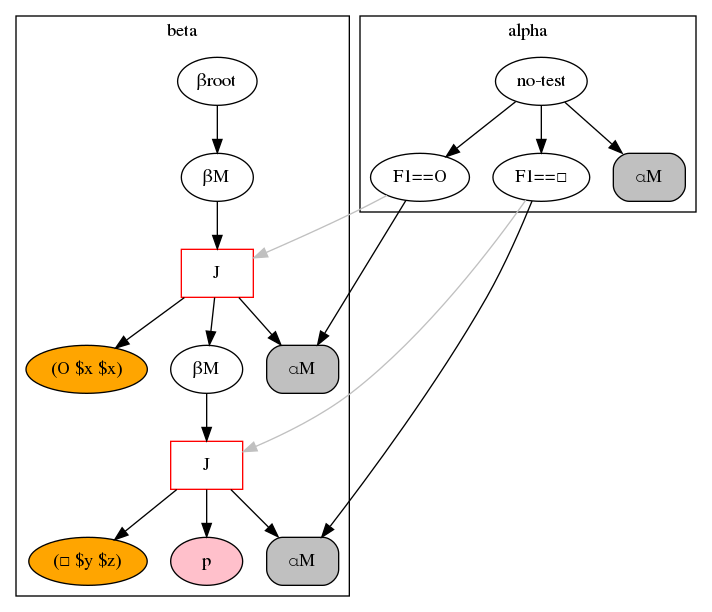
Before: rete.png, a diagram exported from Graphviz (Cybernetic1/GIRL). Its source is kept beside it as rete.dot.
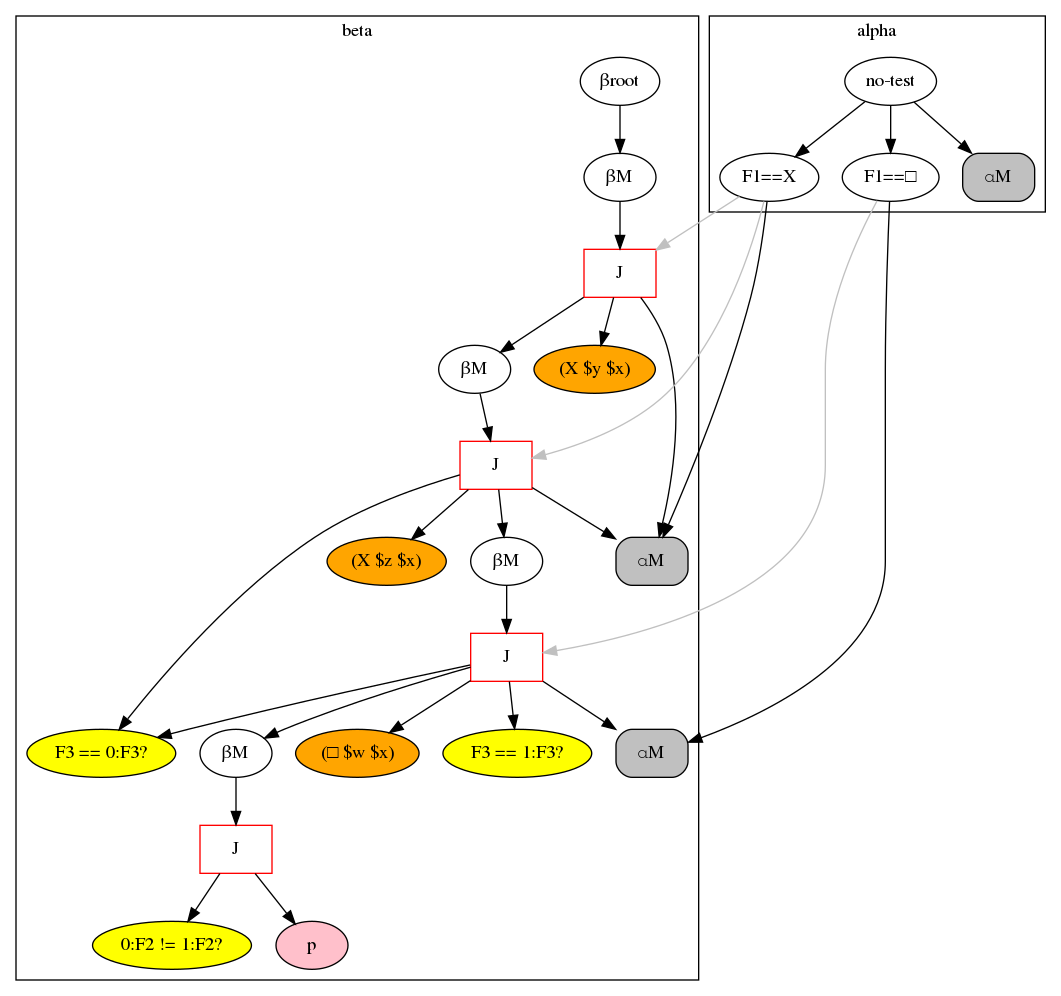
Later version of the same file.

What changed in the source:
```diff
@@ -1,35 +1,55 @@
 digraph {
 	subgraph cluster_1 {
 	label = beta
-	"BetaNode 140371494471944" [label="βroot"];
-	"BetaNode 140371494471944" -> "BetaMemory 140371494583040";
-	"BetaMemory 140371494583040" [label="βM"];
-	"BetaMemory 140371494583040" -> "JoinNode 140371494583264";
-	"JoinNode 140371494583264" [shape=box,color=red,label="J"];
-	"JoinNode 140371494583264" -> "⍺M:<rete.alpha.AlphaMemory object at 0x7faac9123ba8>"
-	"(O $x $x)" [style=filled,fillcolor=orange];
-	"JoinNode 140371494583264" -> "(O $x $x)"
-	"JoinNode 140371494583264" -> "BetaMemory 140371494583320";
-	"BetaMemory 140371494583320" [label="βM"];
-	"BetaMemory 140371494583320" -> "JoinNode 140371494583488";
-	"JoinNode 140371494583488" [shape=box,color=red,label="J"];
-	"JoinNode 140371494583488" -> "⍺M:<rete.alpha.AlphaMemory object at 0x7faac9123c88>"
-	"(□ $y $z)" [style=filled,fillcolor=orange];
-	"JoinNode 140371494583488" -> "(□ $y $z)"
-	"JoinNode 140371494583488" -> "PNode 140371494582984";
-	"PNode 140371494582984" [style=filled,fillcolor=pink,label="p"];
+	"BetaNode 0x7f88fab41da0" [label="βroot"];
+	"BetaNode 0x7f88fab41da0" -> "BetaMemory 0x7f88fab0dac8";
+	"BetaMemory 0x7f88fab0dac8" [label="βM"];
+	"BetaMemory 0x7f88fab0dac8" -> "JoinNode 0x7f88fab0dba8";
+	"JoinNode 0x7f88fab0dba8" [shape=box,color=red,label="J"];
+	"JoinNode 0x7f88fab0dba8" -> "⍺M:<rete.alpha.AlphaMemory object at 0x7f88fab0db70>"
+	"(X $y $x)" [style=filled,fillcolor=orange];
+	"JoinNode 0x7f88fab0dba8" -> "(X $y $x)"
+	"JoinNode 0x7f88fab0dba8" -> "BetaMemory 0x7f88fab0dbe0";
+	"BetaMemory 0x7f88fab0dbe0" [label="βM"];
+	"BetaMemory 0x7f88fab0dbe0" -> "JoinNode 0x7f88fab0dc18";
+	"JoinNode 0x7f88fab0dc18" [shape=box,color=red,label="J"];
+	"JoinNode 0x7f88fab0dc18" -> "⍺M:<rete.alpha.AlphaMemory object at 0x7f88fab0db70>"
+	"(X $z $x)" [style=filled,fillcolor=orange];
+	"JoinNode 0x7f88fab0dc18" -> "(X $z $x)"
+	"F3 == 0:F3?" [style=filled,fillcolor=yellow];
+	"JoinNode 0x7f88fab0dc18" -> "F3 == 0:F3?"
+	"JoinNode 0x7f88fab0dc18" -> "BetaMemory 0x7f88fab0dc50";
+	"BetaMemory 0x7f88fab0dc50" [label="βM"];
+	"BetaMemory 0x7f88fab0dc50" -> "JoinNode 0x7f88fab0dda0";
+	"JoinNode 0x7f88fab0dda0" [shape=box,color=red,label="J"];
+	"JoinNode 0x7f88fab0dda0" -> "⍺M:<rete.alpha.AlphaMemory object at 0x7f88fab0dcf8>"
+	"(□ $w $x)" [style=filled,fillcolor=orange];
+	"JoinNode 0x7f88fab0dda0" -> "(□ $w $x)"
+	"F3 == 0:F3?" [style=filled,fillcolor=yellow];
+	"JoinNode 0x7f88fab0dda0" -> "F3 == 0:F3?"
+	"F3 == 1:F3?" [style=filled,fillcolor=yellow];
+	"JoinNode 0x7f88fab0dda0" -> "F3 == 1:F3?"
+	"JoinNode 0x7f88fab0dda0" -> "BetaMemory 0x7f88fab0ddd8";
+	"BetaMemory 0x7f88fab0ddd8" [label="βM"];
+	"BetaMemory 0x7f88fab0ddd8" -> "JoinNode 0x7f88fab0de10";
+	"JoinNode 0x7f88fab0de10" [shape=box,color=red,label="J"];
+	"0:F2 != 1:F2?" [style=filled,fillcolor=yellow];
+	"JoinNode 0x7f88fab0de10" -> "0:F2 != 1:F2?"
+	"JoinNode 0x7f88fab0de10" -> "PNode 0x7f88fab0da90";
+	"PNode 0x7f88fab0da90" [style=filled,fillcolor=pink,label="p"];
 	}
 	subgraph cluster_0 {
 	label = alpha
-	"no-test" -> "F1==O";
-	"F1==O" -> "⍺M:<rete.alpha.AlphaMemory object at 0x7faac9123ba8>";
-	"⍺M:<rete.alpha.AlphaMemory object at 0x7faac9123ba8>" [shape=box, style="rounded,filled", label="⍺M", fillcolor=gray];
+	"no-test" -> "F1==X";
+	"F1==X" -> "⍺M:<rete.alpha.AlphaMemory object at 0x7f88fab0db70>";
+	"⍺M:<rete.alpha.AlphaMemory object at 0x7f88fab0db70>" [shape=box, style="rounded,filled", label="⍺M", fillcolor=gray];
 	"no-test" -> "F1==□";
-	"F1==□" -> "⍺M:<rete.alpha.AlphaMemory object at 0x7faac9123c88>";
-	"⍺M:<rete.alpha.AlphaMemory object at 0x7faac9123c88>" [shape=box, style="rounded,filled", label="⍺M", fillcolor=gray];
-	"no-test" -> "⍺M:<rete.alpha.AlphaMemory object at 0x7faac9108630>";
-	"⍺M:<rete.alpha.AlphaMemory object at 0x7faac9108630>" [shape=box, style="rounded,filled", label="⍺M", fillcolor=gray];
+	"F1==□" -> "⍺M:<rete.alpha.AlphaMemory object at 0x7f88fab0dcf8>";
+	"⍺M:<rete.alpha.AlphaMemory object at 0x7f88fab0dcf8>" [shape=box, style="rounded,filled", label="⍺M", fillcolor=gray];
+	"no-test" -> "⍺M:<rete.alpha.AlphaMemory object at 0x7f88fab41a58>";
+	"⍺M:<rete.alpha.AlphaMemory object at 0x7f88fab41a58>" [shape=box, style="rounded,filled", label="⍺M", fillcolor=gray];
 	}
-	"F1==O" -> "JoinNode 140371494583264" [color=gray];
-	"F1==□" -> "JoinNode 140371494583488" [color=gray];
+	"F1==X" -> "JoinNode 0x7f88fab0dba8" [color=gray];
+	"F1==X" -> "JoinNode 0x7f88fab0dc18" [color=gray];
+	"F1==□" -> "JoinNode 0x7f88fab0dda0" [color=gray];
 }
```
